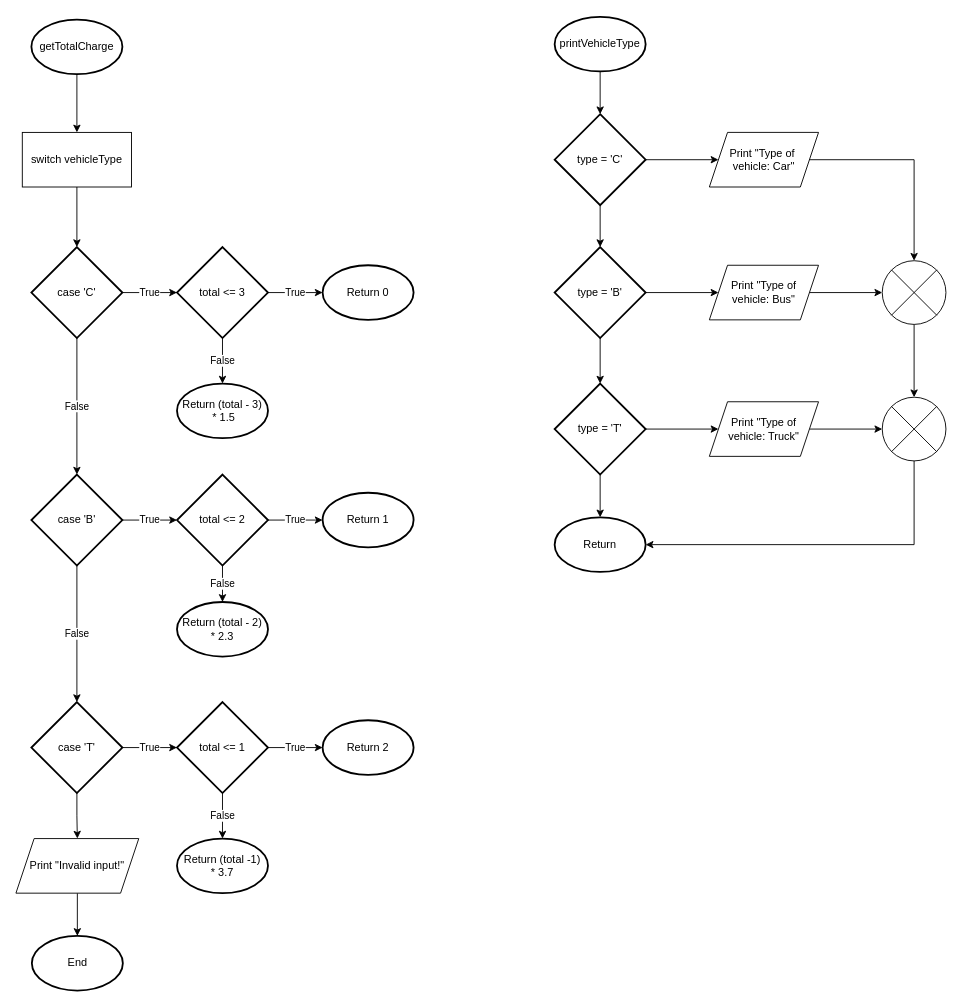
Before: page "Page-2" (2 of 2) of C Programming/parking_fare/parking_fare.drawio in skaarfundgandr/CC-COMPPROG11, a draw.io diagram. Source tidied: cells renumbered, new cells numbered last; positions are measured from the earlier drawing's top-left corner, leaving out a move shared by most shapes. Both pictures are drawn from the tidied source at 91%, with x=0, y=0 at pixel (15, 16).
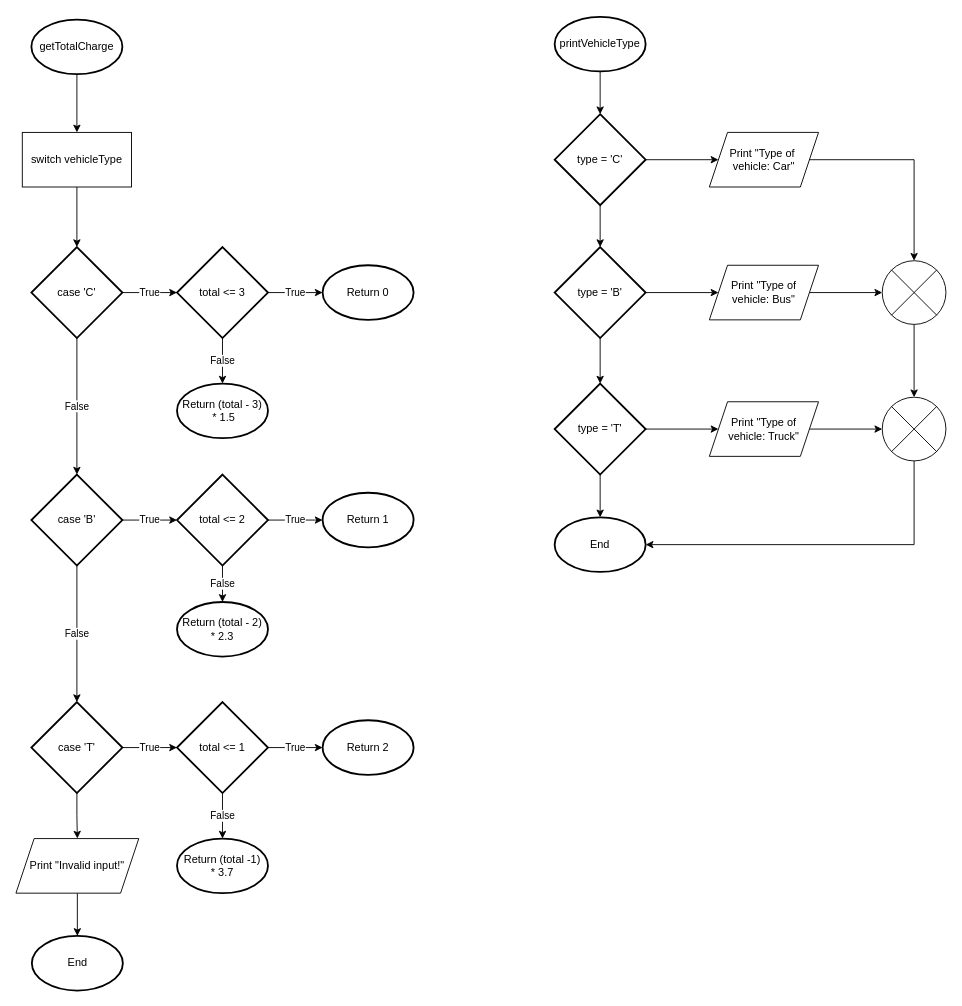
After the change.

The edit, as a diff of the source:
```diff
@@
-    <mxCell id="52" value="Return" style="strokeWidth=2;html=1;shape=mxgraph.flowchart.start_1;whiteSpace=wrap;" parent="1" vertex="1">
+    <mxCell id="52" value="End" style="strokeWidth=2;html=1;shape=mxgraph.flowchart.start_1;whiteSpace=wrap;" parent="1" vertex="1">
       <mxGeometry x="592" y="550" width="100" height="60" as="geometry" />
     </mxCell>
```
